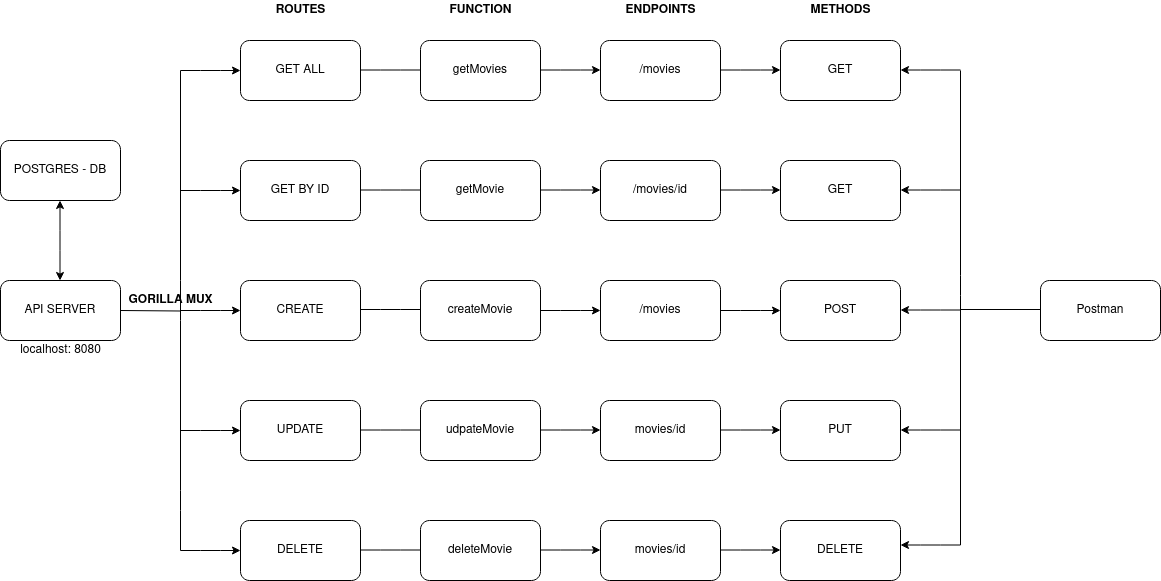
Tashkov/GoProjects keeps this draw.io diagram as todolist-postgres/todolist-postgres.drawio.png. Above is the earlier version. Source tidied: cells renumbered, new cells last; positions are measured from the earlier drawing's top-left corner, leaving out a move shared by most shapes.
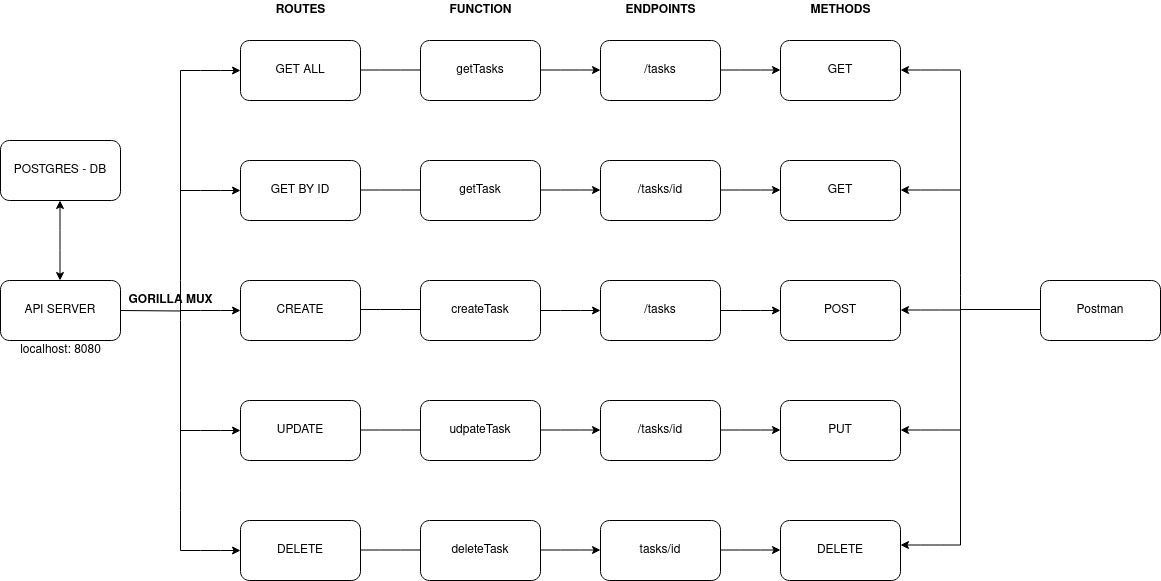
After the change.

The edit, as a diff of the source:
```diff
@@ -158,19 +158,19 @@
         </Array>
       </mxGeometry>
     </mxCell>
-    <mxCell id="27" value="getMovies" style="rounded=1;whiteSpace=wrap;html=1;" parent="1" vertex="1">
+    <mxCell id="27" value="getTasks" style="rounded=1;whiteSpace=wrap;html=1;" parent="1" vertex="1">
       <mxGeometry x="420" y="40" width="120" height="60" as="geometry" />
     </mxCell>
-    <mxCell id="28" value="getMovie" style="rounded=1;whiteSpace=wrap;html=1;" parent="1" vertex="1">
+    <mxCell id="28" value="getTask" style="rounded=1;whiteSpace=wrap;html=1;" parent="1" vertex="1">
       <mxGeometry x="420" y="160" width="120" height="60" as="geometry" />
     </mxCell>
-    <mxCell id="29" value="createMovie" style="rounded=1;whiteSpace=wrap;html=1;" parent="1" vertex="1">
+    <mxCell id="29" value="createTask" style="rounded=1;whiteSpace=wrap;html=1;" parent="1" vertex="1">
       <mxGeometry x="420" y="280" width="120" height="60" as="geometry" />
     </mxCell>
-    <mxCell id="30" value="udpateMovie" style="rounded=1;whiteSpace=wrap;html=1;" parent="1" vertex="1">
+    <mxCell id="30" value="udpateTask" style="rounded=1;whiteSpace=wrap;html=1;" parent="1" vertex="1">
       <mxGeometry x="420" y="400" width="120" height="60" as="geometry" />
     </mxCell>
-    <mxCell id="31" value="deleteMovie" style="rounded=1;whiteSpace=wrap;html=1;" parent="1" vertex="1">
+    <mxCell id="31" value="deleteTask" style="rounded=1;whiteSpace=wrap;html=1;" parent="1" vertex="1">
       <mxGeometry x="420" y="520" width="120" height="60" as="geometry" />
     </mxCell>
     <mxCell id="32" value="&lt;b&gt;FUNCTION&lt;/b&gt;" style="text;html=1;align=center;verticalAlign=middle;strokeColor=none;fillColor=none;" parent="1" vertex="1">
@@ -221,19 +221,19 @@
         </Array>
       </mxGeometry>
     </mxCell>
-    <mxCell id="38" value="/movies" style="rounded=1;whiteSpace=wrap;html=1;" parent="1" vertex="1">
+    <mxCell id="38" value="/tasks" style="rounded=1;whiteSpace=wrap;html=1;" parent="1" vertex="1">
       <mxGeometry x="600" y="40" width="120" height="60" as="geometry" />
     </mxCell>
-    <mxCell id="39" value="/movies/id" style="rounded=1;whiteSpace=wrap;html=1;" parent="1" vertex="1">
+    <mxCell id="39" value="/tasks/id" style="rounded=1;whiteSpace=wrap;html=1;" parent="1" vertex="1">
       <mxGeometry x="600" y="160" width="120" height="60" as="geometry" />
     </mxCell>
-    <mxCell id="40" value="/movies" style="rounded=1;whiteSpace=wrap;html=1;" parent="1" vertex="1">
+    <mxCell id="40" value="/tasks" style="rounded=1;whiteSpace=wrap;html=1;" parent="1" vertex="1">
       <mxGeometry x="600" y="280" width="120" height="60" as="geometry" />
     </mxCell>
-    <mxCell id="41" value="movies/id" style="rounded=1;whiteSpace=wrap;html=1;" parent="1" vertex="1">
+    <mxCell id="41" value="/tasks/id" style="rounded=1;whiteSpace=wrap;html=1;" parent="1" vertex="1">
       <mxGeometry x="600" y="400" width="120" height="60" as="geometry" />
     </mxCell>
-    <mxCell id="42" value="movies/id" style="rounded=1;whiteSpace=wrap;html=1;" parent="1" vertex="1">
+    <mxCell id="42" value="tasks/id" style="rounded=1;whiteSpace=wrap;html=1;" parent="1" vertex="1">
       <mxGeometry x="600" y="520" width="120" height="60" as="geometry" />
     </mxCell>
     <mxCell id="43" style="endArrow=classic;html=1;" parent="1" edge="1">
```
